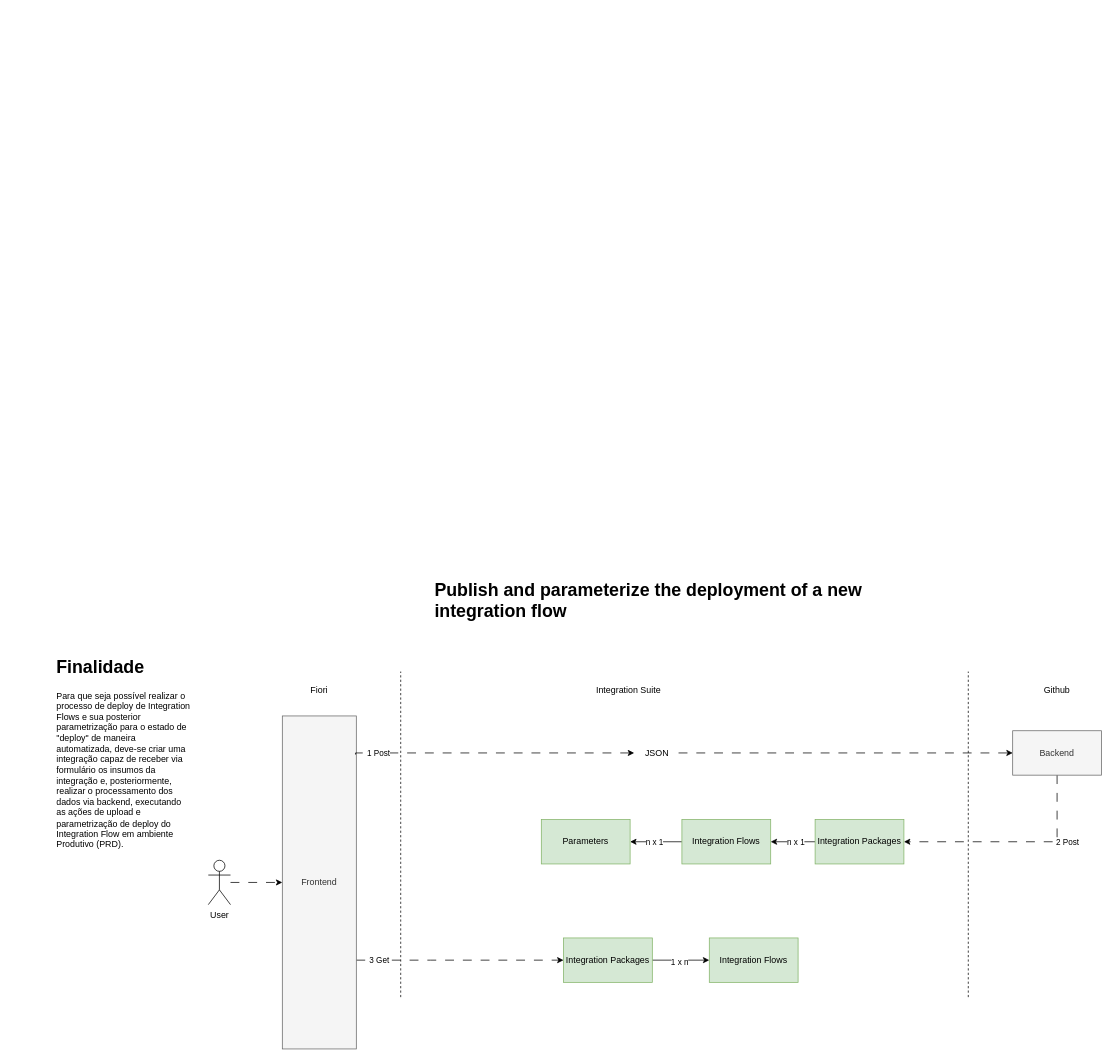
gabriel-rodrigues-f/sap-cloud-integration-architectural-diagrams keeps this draw.io diagram as page "Integration UseCases" (5 of 6) of cpi-publisher-diagram.drawio. Above is the earlier version. Source tidied: cells renumbered, new cells numbered last; positions are measured from the earlier drawing's top-left corner, leaving out a move shared by most shapes. Both pictures are drawn from the tidied source at 74%, with x=0, y=0 at pixel (53, 575).
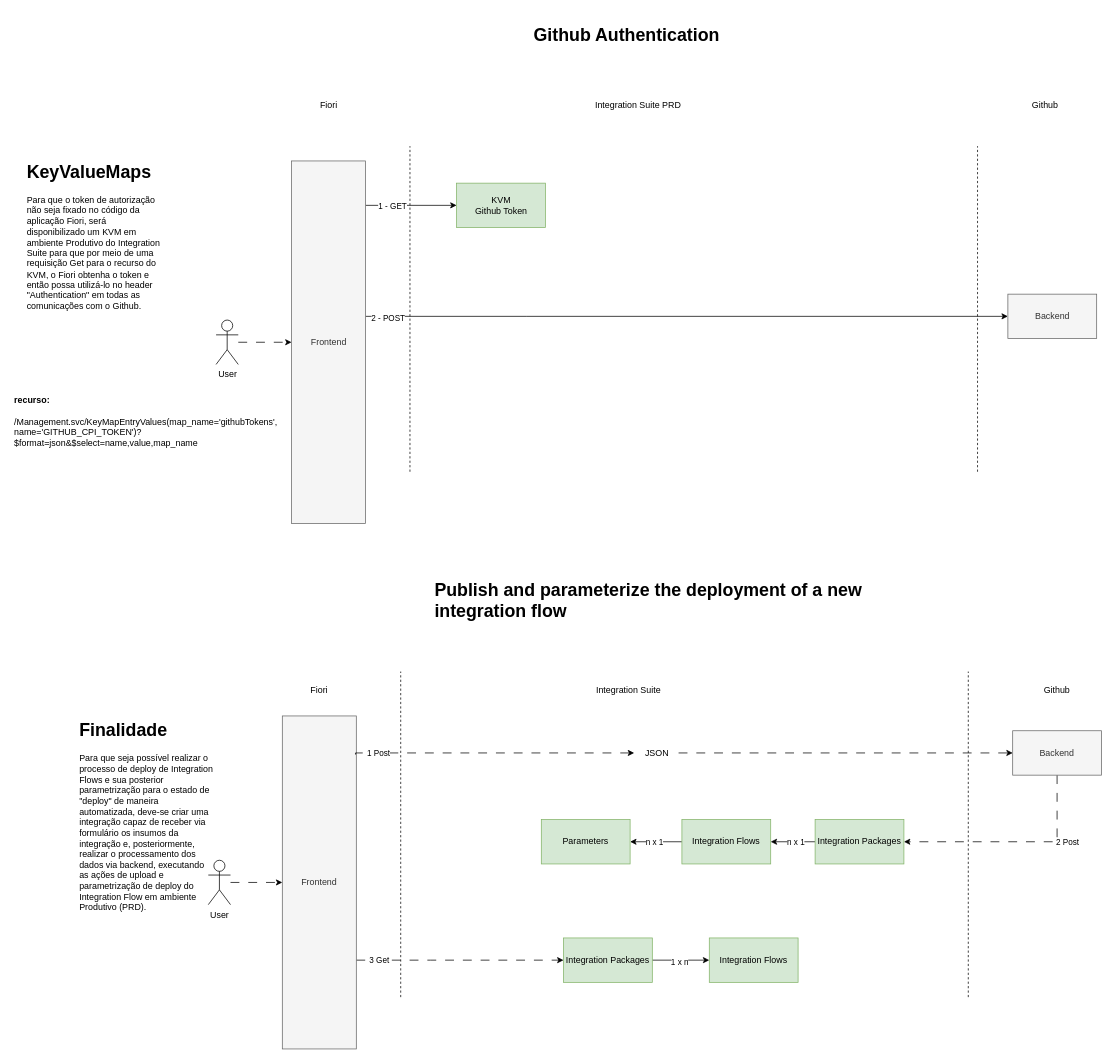
After the change.

Diff of the diagram source:
```diff
@@
     <mxCell id="30" value="&lt;h1&gt;Finalidade&lt;/h1&gt;&lt;p&gt;Para que seja possível realizar o processo de deploy de Integration Flows e sua posterior parametrização para o estado de &quot;deploy&quot; de maneira automatizada, deve-se criar uma integração capaz de receber via formulário os insumos da integração e, posteriormente, realizar o processamento dos dados via backend, executando as ações de upload e parametrização de deploy do Integration Flow em ambiente Produtivo (PRD).&lt;/p&gt;" style="text;html=1;strokeColor=none;fillColor=none;spacing=5;spacingTop=-20;whiteSpace=wrap;overflow=hidden;rounded=0;" parent="1" vertex="1">
-      <mxGeometry y="105" width="190" height="270" as="geometry" />
+      <mxGeometry x="30.5" y="190" width="190" height="270" as="geometry" />
     </mxCell>
@@
+    <mxCell id="32" style="edgeStyle=orthogonalEdgeStyle;rounded=0;jettySize=auto;html=1;dashed=1;dashPattern=12 12;" parent="1" edge="1" source="33" target="39">
+      <mxGeometry relative="1" as="geometry" />
+    </mxCell>
+    <mxCell id="33" value="User" style="shape=umlActor;verticalLabelPosition=bottom;verticalAlign=top;html=1;outlineConnect=0;" parent="1" vertex="1">
+      <mxGeometry x="220.5" y="-345" width="30" height="60" as="geometry" />
+    </mxCell>
+    <mxCell id="34" value="Fiori" style="text;html=1;strokeColor=none;fillColor=none;align=center;verticalAlign=middle;whiteSpace=wrap;rounded=0;" parent="1" vertex="1">
+      <mxGeometry x="342.5" y="-650" width="60" height="30" as="geometry" />
+    </mxCell>
+    <mxCell id="35" style="edgeStyle=orthogonalEdgeStyle;rounded=0;jettySize=auto;html=1;" parent="1" edge="1" source="39" target="46">
+      <mxGeometry relative="1" as="geometry">
+        <Array as="points">
+          <mxPoint x="460.5" y="-500" />
+          <mxPoint x="460.5" y="-500" />
+        </Array>
+      </mxGeometry>
+    </mxCell>
+    <mxCell id="36" value="1 - GET" style="edgeLabel;html=1;align=center;verticalAlign=middle;" parent="35" vertex="1">
+      <mxGeometry x="-0.42" y="-1" relative="1" as="geometry" />
+    </mxCell>
+    <mxCell id="37" style="edgeStyle=orthogonalEdgeStyle;rounded=0;jettySize=auto;html=1;" parent="1" edge="1" source="39" target="42">
+      <mxGeometry relative="1" as="geometry">
+        <Array as="points">
+          <mxPoint x="640.5" y="-350" />
+          <mxPoint x="640.5" y="-350" />
+        </Array>
+      </mxGeometry>
+    </mxCell>
+    <mxCell id="38" value="2 - POST" style="edgeLabel;html=1;align=center;verticalAlign=middle;" parent="37" vertex="1">
+      <mxGeometry x="-0.93" y="-2" relative="1" as="geometry" />
+    </mxCell>
+    <mxCell id="39" value="Frontend" style="rounded=0;whiteSpace=wrap;html=1;fillColor=#f5f5f5;fontColor=#333333;strokeColor=#666666;" parent="1" vertex="1">
+      <mxGeometry x="322.5" y="-560" width="100" height="490" as="geometry" />
+    </mxCell>
+    <mxCell id="40" value="Integration Suite PRD" style="text;html=1;strokeColor=none;fillColor=none;align=center;verticalAlign=middle;whiteSpace=wrap;rounded=0;" parent="1" vertex="1">
+      <mxGeometry x="730.5" y="-650" width="120" height="30" as="geometry" />
+    </mxCell>
+    <mxCell id="41" value="Github" style="text;html=1;strokeColor=none;fillColor=none;align=center;verticalAlign=middle;whiteSpace=wrap;rounded=0;" parent="1" vertex="1">
+      <mxGeometry x="1280.5" y="-650" width="120" height="30" as="geometry" />
+    </mxCell>
+    <mxCell id="42" value="Backend" style="rounded=0;whiteSpace=wrap;html=1;fillColor=#f5f5f5;fontColor=#333333;strokeColor=#666666;" parent="1" vertex="1">
+      <mxGeometry x="1290.5" y="-380" width="120" height="60" as="geometry" />
+    </mxCell>
+    <mxCell id="43" style="endArrow=none;dashed=1;html=1;rounded=0;" parent="1" edge="1">
+      <mxGeometry relative="1" as="geometry">
+        <mxPoint x="482.5" y="-140" as="sourcePoint" />
+        <mxPoint x="482.5" y="-580" as="targetPoint" />
+      </mxGeometry>
+    </mxCell>
+    <mxCell id="44" style="endArrow=none;dashed=1;html=1;rounded=0;" parent="1" edge="1">
+      <mxGeometry relative="1" as="geometry">
+        <mxPoint x="1249.5" y="-140" as="sourcePoint" />
+        <mxPoint x="1249.5" y="-580" as="targetPoint" />
+      </mxGeometry>
+    </mxCell>
+    <mxCell id="45" value="&lt;h1&gt;Github Authentication&lt;/h1&gt;" style="text;html=1;strokeColor=none;fillColor=none;spacing=5;spacingTop=-20;whiteSpace=wrap;overflow=hidden;rounded=0;" parent="1" vertex="1">
+      <mxGeometry x="645" y="-750" width="287" height="60" as="geometry" />
+    </mxCell>
+    <mxCell id="46" value="KVM&lt;br&gt;Github Token" style="rounded=0;whiteSpace=wrap;html=1;fillColor=#d5e8d4;strokeColor=#82b366;" parent="1" vertex="1">
+      <mxGeometry x="545.5" y="-530" width="120" height="60" as="geometry" />
+    </mxCell>
+    <mxCell id="47" value="&lt;h1&gt;KeyValueMaps&lt;/h1&gt;&lt;p&gt;Para que o token de autorização não seja fixado no código da aplicação Fiori, será disponibilizado um KVM em ambiente Produtivo do Integration Suite para que por meio de uma requisição Get para o recurso do KVM, o Fiori obtenha o token e então possa utilizá-lo no header &quot;Authentication&quot; em todas as comunicações com o Github.&lt;/p&gt;" style="text;html=1;strokeColor=none;fillColor=none;spacing=5;spacingTop=-20;whiteSpace=wrap;overflow=hidden;rounded=0;" parent="1" vertex="1">
+      <mxGeometry x="-40" y="-565" width="190" height="220" as="geometry" />
+    </mxCell>
+    <mxCell id="48" value="&lt;b&gt;recurso:&lt;br&gt;&lt;br&gt;&lt;/b&gt;/Management.svc/KeyMapEntryValues(map_name='githubTokens',&lt;br&gt;name='GITHUB_CPI_TOKEN')?&lt;br&gt;$format=json&amp;amp;$select=name,value,map_name&lt;b&gt;&lt;br&gt;&lt;/b&gt;" style="text;html=1;strokeColor=none;fillColor=none;align=left;verticalAlign=top;rounded=0;whiteSpace=wrap;" parent="1" vertex="1">
+      <mxGeometry x="-54.5" y="-250" width="360" height="80" as="geometry" />
+    </mxCell>
```
